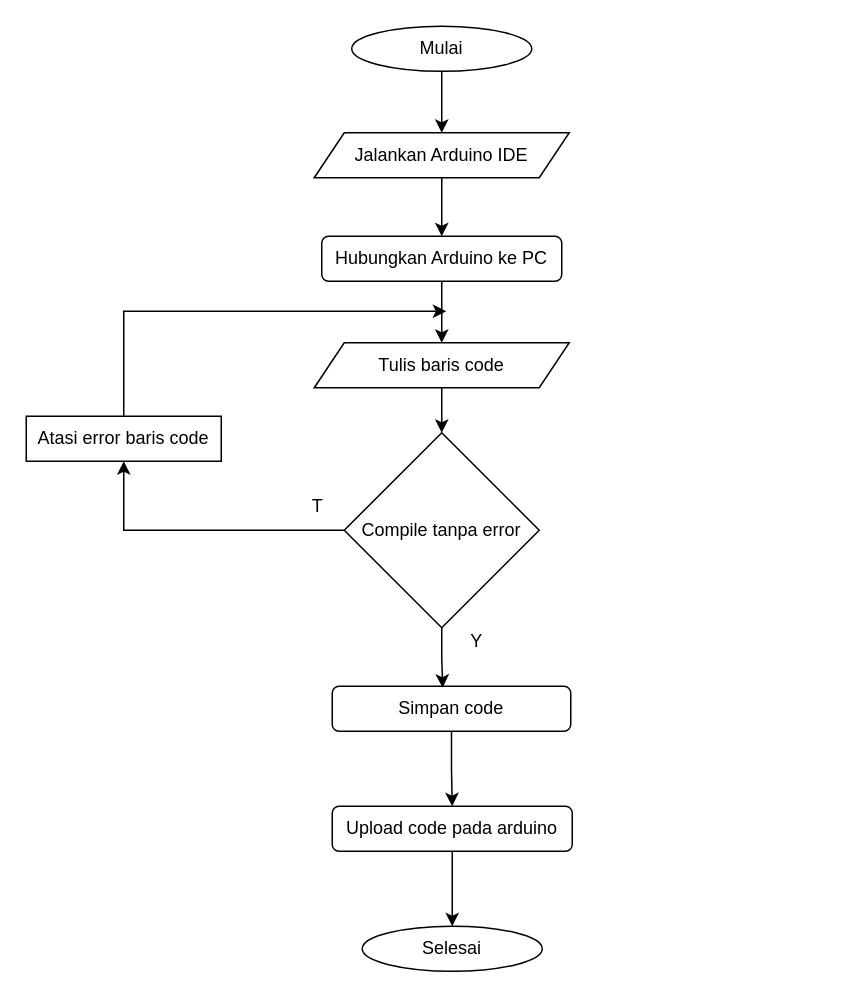
nalendro16/Vuejs101 keeps this draw.io diagram as Untitled Diagram.drawio. Above is the earlier version. Source tidied: cells renumbered, new cells numbered last; positions are measured from the earlier drawing's top-left corner, leaving out a move shared by most shapes. Both pictures are drawn from the tidied source at 150%, with x=0, y=0 at pixel (26, 26).
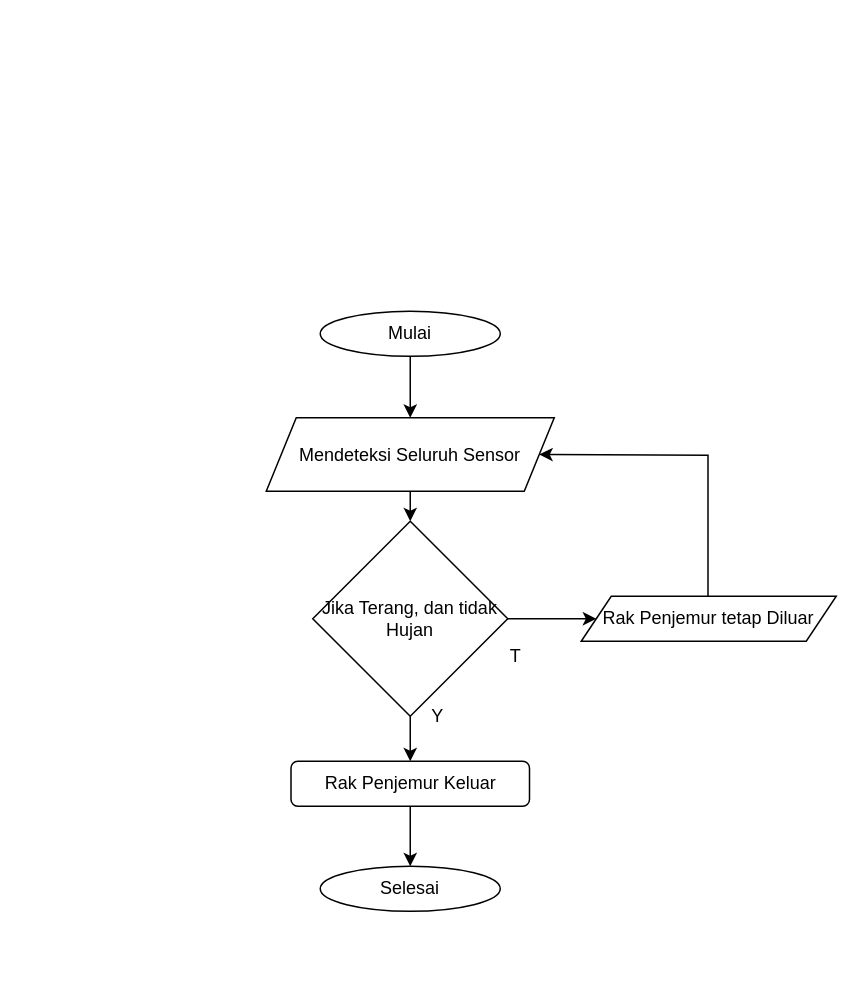
After the change.

What changed in the source:
```diff
@@
     <mxCell id="3" value="Mulai" style="ellipse;whiteSpace=wrap;html=1;rounded=1;" parent="1" vertex="1">
-      <mxGeometry x="217" width="120" height="30" as="geometry" />
+      <mxGeometry x="196" y="190" width="120" height="30" as="geometry" />
     </mxCell>
-    <mxCell id="4" style="edgeStyle=orthogonalEdgeStyle;rounded=0;jettySize=auto;html=1;exitX=0.5;exitY=1;exitDx=0;exitDy=0;entryX=0.5;entryY=0;entryDx=0;entryDy=0;" parent="1" edge="1" source="5" target="9">
-      <mxGeometry relative="1" as="geometry" />
-    </mxCell>
-    <mxCell id="5" value="Hubungkan Arduino ke PC" style="rounded=1;whiteSpace=wrap;html=1;" parent="1" vertex="1">
-      <mxGeometry x="197" y="140" width="160" height="30" as="geometry" />
-    </mxCell>
-    <mxCell id="6" style="edgeStyle=orthogonalEdgeStyle;rounded=0;jettySize=auto;html=1;exitX=0.5;exitY=1;exitDx=0;exitDy=0;entryX=0.5;entryY=0;entryDx=0;entryDy=0;" parent="1" edge="1" source="7" target="5">
-      <mxGeometry relative="1" as="geometry" />
-    </mxCell>
-    <mxCell id="7" value="Jalankan Arduino IDE" style="shape=parallelogram;perimeter=parallelogramPerimeter;whiteSpace=wrap;html=1;fixedSize=1;rounded=0;" parent="1" vertex="1">
-      <mxGeometry x="192" y="71" width="170" height="30" as="geometry" />
+    <mxCell id="7" value="Mendeteksi Seluruh Sensor" style="shape=parallelogram;perimeter=parallelogramPerimeter;whiteSpace=wrap;html=1;fixedSize=1;rounded=0;" parent="1" vertex="1">
+      <mxGeometry x="160" y="261" width="192" height="49" as="geometry" />
     </mxCell>
-    <mxCell id="8" style="edgeStyle=orthogonalEdgeStyle;rounded=0;jettySize=auto;html=1;" parent="1" edge="1" source="9" target="12">
+    <mxCell id="8" style="edgeStyle=orthogonalEdgeStyle;rounded=0;jettySize=auto;html=1;entryX=0;entryY=0.5;entryDx=0;entryDy=0;" parent="1" edge="1" source="12" target="9">
       <mxGeometry relative="1" as="geometry" />
     </mxCell>
-    <mxCell id="9" value="Tulis baris code" style="shape=parallelogram;perimeter=parallelogramPerimeter;whiteSpace=wrap;html=1;fixedSize=1;rounded=0;" parent="1" vertex="1">
-      <mxGeometry x="192" y="211" width="170" height="30" as="geometry" />
+    <mxCell id="9" value="Rak Penjemur tetap Diluar" style="shape=parallelogram;perimeter=parallelogramPerimeter;whiteSpace=wrap;html=1;fixedSize=1;rounded=0;" parent="1" vertex="1">
+      <mxGeometry x="370" y="380" width="170" height="30" as="geometry" />
     </mxCell>
-    <mxCell id="10" style="edgeStyle=orthogonalEdgeStyle;rounded=0;jettySize=auto;html=1;entryX=0.463;entryY=0.033;entryDx=0;entryDy=0;entryPerimeter=0;" parent="1" edge="1" source="12" target="14">
+    <mxCell id="10" style="edgeStyle=orthogonalEdgeStyle;rounded=0;jettySize=auto;html=1;entryX=0.5;entryY=0;entryDx=0;entryDy=0;" parent="1" edge="1" source="12" target="14">
       <mxGeometry relative="1" as="geometry" />
     </mxCell>
-    <mxCell id="11" style="edgeStyle=orthogonalEdgeStyle;rounded=0;jettySize=auto;html=1;entryX=0.5;entryY=1;entryDx=0;entryDy=0;" parent="1" edge="1" source="12" target="21">
-      <mxGeometry relative="1" as="geometry" />
-    </mxCell>
-    <mxCell id="12" value="Compile tanpa error" style="rhombus;whiteSpace=wrap;html=1;rounded=0;" parent="1" vertex="1">
-      <mxGeometry x="212" y="271" width="130" height="130" as="geometry" />
+    <mxCell id="12" value="Jika Terang, dan tidak Hujan" style="rhombus;whiteSpace=wrap;html=1;rounded=0;" parent="1" vertex="1">
+      <mxGeometry x="191" y="330" width="130" height="130" as="geometry" />
     </mxCell>
-    <mxCell id="13" style="edgeStyle=orthogonalEdgeStyle;rounded=0;jettySize=auto;html=1;entryX=0.5;entryY=0;entryDx=0;entryDy=0;" parent="1" edge="1" source="14" target="16">
+    <mxCell id="13" style="edgeStyle=orthogonalEdgeStyle;rounded=0;jettySize=auto;html=1;entryX=0.5;entryY=0;entryDx=0;entryDy=0;" parent="1" edge="1" source="14" target="17">
       <mxGeometry relative="1" as="geometry" />
     </mxCell>
-    <mxCell id="14" value="Simpan code" style="rounded=1;whiteSpace=wrap;html=1;" parent="1" vertex="1">
-      <mxGeometry x="204" y="440" width="159" height="30" as="geometry" />
+    <mxCell id="14" value="Rak Penjemur Keluar" style="rounded=1;whiteSpace=wrap;html=1;" parent="1" vertex="1">
+      <mxGeometry x="176.5" y="490" width="159" height="30" as="geometry" />
     </mxCell>
-    <mxCell id="15" style="edgeStyle=orthogonalEdgeStyle;rounded=0;jettySize=auto;html=1;entryX=0.5;entryY=0;entryDx=0;entryDy=0;" parent="1" edge="1" source="16" target="17">
-      <mxGeometry relative="1" as="geometry" />
-    </mxCell>
-    <mxCell id="16" value="Upload code pada arduino" style="rounded=1;whiteSpace=wrap;html=1;" parent="1" vertex="1">
-      <mxGeometry x="204" y="520" width="160" height="30" as="geometry" />
-    </mxCell>
     <mxCell id="17" value="Selesai" style="ellipse;whiteSpace=wrap;html=1;rounded=1;" parent="1" vertex="1">
-      <mxGeometry x="224" y="600" width="120" height="30" as="geometry" />
+      <mxGeometry x="196" y="560" width="120" height="30" as="geometry" />
     </mxCell>
     <mxCell id="18" value="Y" style="text;html=1;align=center;verticalAlign=middle;strokeColor=none;" parent="1" vertex="1">
-      <mxGeometry x="290" y="400" width="20" height="20" as="geometry" />
+      <mxGeometry x="263.5" y="450" width="20" height="20" as="geometry" />
     </mxCell>
     <mxCell id="19" value="T" style="text;html=1;align=center;verticalAlign=middle;strokeColor=none;" parent="1" vertex="1">
-      <mxGeometry x="184" y="310" width="20" height="20" as="geometry" />
+      <mxGeometry x="315.5" y="410" width="20" height="20" as="geometry" />
     </mxCell>
-    <mxCell id="20" style="edgeStyle=orthogonalEdgeStyle;rounded=0;jettySize=auto;html=1;" parent="1" edge="1" source="21">
-      <mxGeometry relative="1" as="geometry">
-        <mxPoint x="280" y="190" as="targetPoint" />
-        <Array as="points">
-          <mxPoint x="65" y="190" />
-        </Array>
-      </mxGeometry>
-    </mxCell>
-    <mxCell id="21" value="Atasi error baris code" style="rounded=0;whiteSpace=wrap;html=1;" parent="1" vertex="1">
-      <mxGeometry y="260" width="130" height="30" as="geometry" />
-    </mxCell>
+    <mxCell id="22" style="endArrow=classic;html=1;entryX=1;entryY=0.5;entryDx=0;entryDy=0;exitX=0.5;exitY=0;exitDx=0;exitDy=0;rounded=0;" parent="1" edge="1" target="7">
+      <mxGeometry relative="1" as="geometry">
+        <mxPoint x="454.5" y="380" as="sourcePoint" />
+        <Array as="points">
+          <mxPoint x="454.5" y="286" />
+        </Array>
+      </mxGeometry>
+    </mxCell>
+    <mxCell id="23" style="edgeStyle=orthogonalEdgeStyle;rounded=0;jettySize=auto;html=1;entryX=0.5;entryY=0;entryDx=0;entryDy=0;exitX=0.5;exitY=1;exitDx=0;exitDy=0;" parent="1" edge="1" source="7" target="12">
+      <mxGeometry relative="1" as="geometry" />
+    </mxCell>
```
